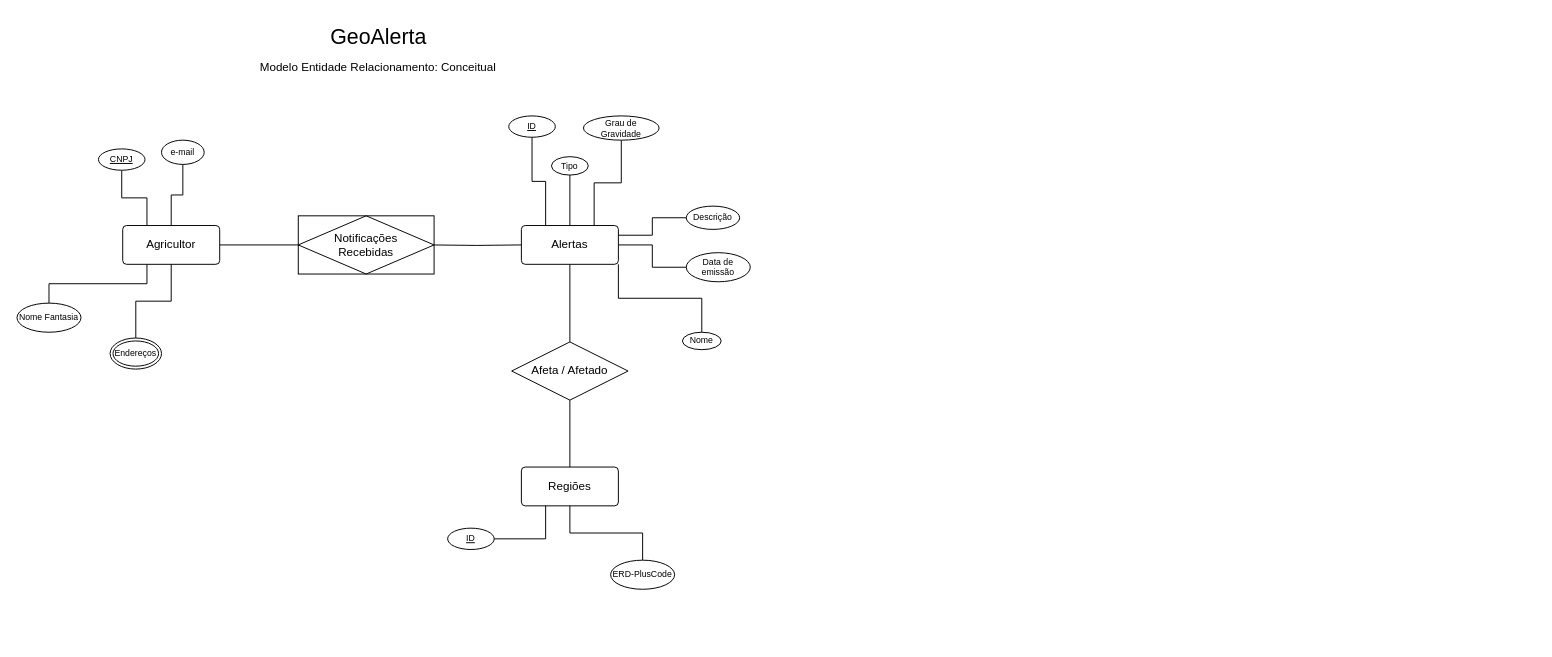
Above: page "Conceitual" (1 of 3) of docs/database-design/Diagrama-ER.drawio in Code-Masters-F/GeoAlerta (draw.io), before the change. Source tidied: cells renumbered, new cells numbered last; positions are measured from the earlier drawing's top-left corner, leaving out a move shared by most shapes. Both pictures are drawn from the tidied source at 97%, with x=0, y=0 at pixel (16, 19).
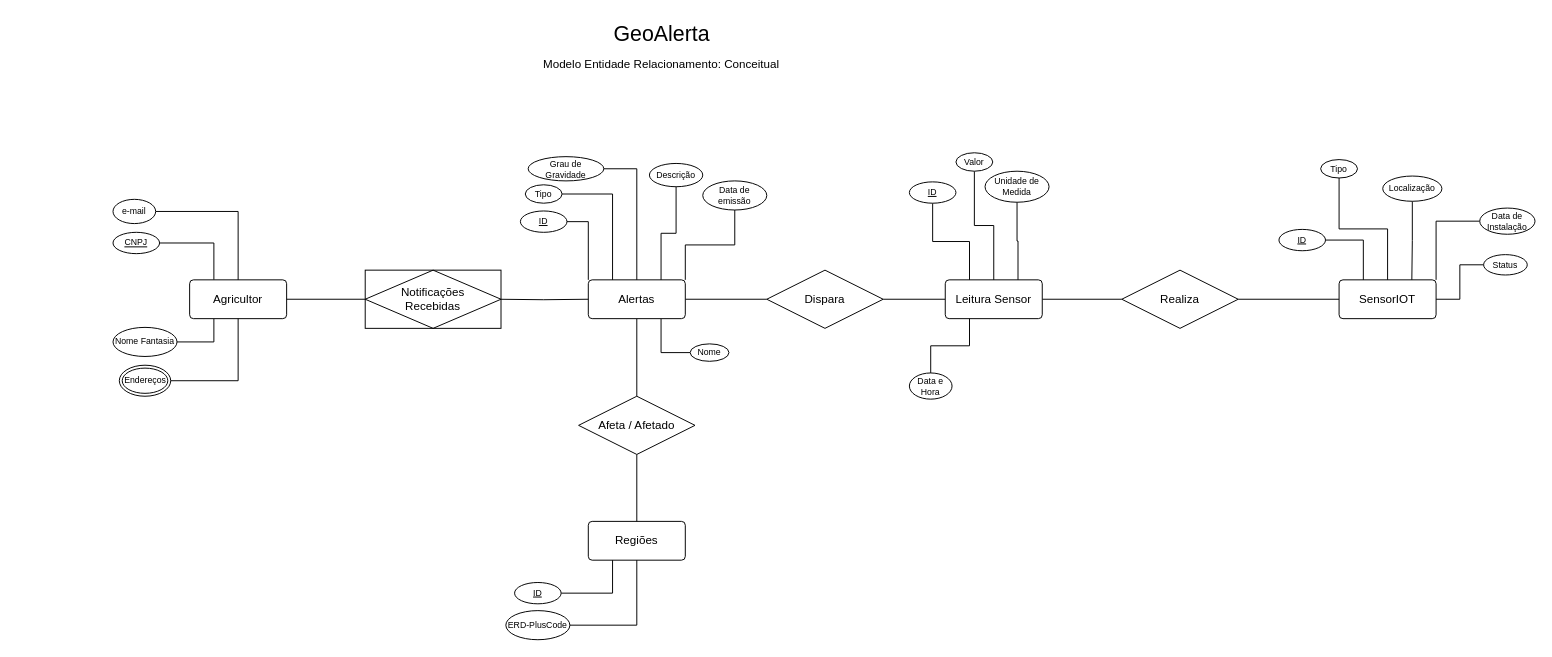
Above is the later version.

What changed in the source:
```diff
@@
-    <mxCell id="2" style="edgeStyle=orthogonalEdgeStyle;rounded=0;jettySize=auto;html=1;exitX=0.25;exitY=0;exitDx=0;exitDy=0;endArrow=none;endFill=0;" parent="1" edge="1" source="4" target="11">
+    <mxCell id="2" style="edgeStyle=orthogonalEdgeStyle;rounded=0;jettySize=auto;html=1;exitX=0.25;exitY=0;exitDx=0;exitDy=0;endArrow=none;endFill=0;entryX=1;entryY=0.5;entryDx=0;entryDy=0;" parent="1" edge="1" source="4" target="11">
       <mxGeometry relative="1" as="geometry" />
     </mxCell>
-    <mxCell id="3" style="edgeStyle=orthogonalEdgeStyle;rounded=0;jettySize=auto;html=1;exitX=0.25;exitY=1;exitDx=0;exitDy=0;entryX=0.5;entryY=0;entryDx=0;entryDy=0;endArrow=none;endFill=0;" parent="1" edge="1" source="4" target="12">
+    <mxCell id="3" style="edgeStyle=orthogonalEdgeStyle;rounded=0;jettySize=auto;html=1;exitX=0.25;exitY=1;exitDx=0;exitDy=0;entryX=1;entryY=0.5;entryDx=0;entryDy=0;endArrow=none;endFill=0;" parent="1" edge="1" source="4" target="12">
       <mxGeometry relative="1" as="geometry" />
     </mxCell>
     <mxCell id="4" value="Agricultor" style="rounded=1;arcSize=10;whiteSpace=wrap;html=1;align=center;" parent="1" vertex="1">
-      <mxGeometry x="109" y="212" width="100" height="40" as="geometry" />
+      <mxGeometry x="178" y="268" width="100" height="40" as="geometry" />
     </mxCell>
-    <mxCell id="5" style="edgeStyle=orthogonalEdgeStyle;rounded=0;jettySize=auto;html=1;exitX=1;exitY=1;exitDx=0;exitDy=0;entryX=0.5;entryY=0;entryDx=0;entryDy=0;endArrow=none;endFill=0;" parent="1" edge="1" source="8" target="17">
+    <mxCell id="5" style="edgeStyle=orthogonalEdgeStyle;rounded=0;jettySize=auto;html=1;exitX=0.75;exitY=1;exitDx=0;exitDy=0;entryX=0;entryY=0.5;entryDx=0;entryDy=0;endArrow=none;endFill=0;" parent="1" edge="1" source="8" target="17">
       <mxGeometry relative="1" as="geometry" />
     </mxCell>
-    <mxCell id="6" style="edgeStyle=orthogonalEdgeStyle;rounded=0;jettySize=auto;html=1;exitX=1;exitY=0.5;exitDx=0;exitDy=0;endArrow=none;endFill=0;" parent="1" edge="1" source="8" target="20">
+    <mxCell id="6" style="edgeStyle=orthogonalEdgeStyle;rounded=0;jettySize=auto;html=1;exitX=1;exitY=0;exitDx=0;exitDy=0;endArrow=none;endFill=0;" parent="1" edge="1" source="8" target="20">
       <mxGeometry relative="1" as="geometry" />
     </mxCell>
@@
+    <mxCell id="37" style="edgeStyle=orthogonalEdgeStyle;rounded=0;jettySize=auto;html=1;entryX=0;entryY=0.5;entryDx=0;entryDy=0;endArrow=none;endFill=0;" parent="1" edge="1" source="8" target="46">
+      <mxGeometry relative="1" as="geometry" />
+    </mxCell>
     <mxCell id="8" value="Alertas" style="rounded=1;arcSize=10;whiteSpace=wrap;html=1;align=center;" parent="1" vertex="1">
-      <mxGeometry x="520" y="212" width="100" height="40" as="geometry" />
+      <mxGeometry x="589" y="268" width="100" height="40" as="geometry" />
     </mxCell>
     <mxCell id="9" style="edgeStyle=orthogonalEdgeStyle;rounded=0;jettySize=auto;html=1;endArrow=none;endFill=0;" parent="1" edge="1" target="8">
       <mxGeometry relative="1" as="geometry">
-        <mxPoint x="427" y="232" as="sourcePoint" />
+        <mxPoint x="496" y="288" as="sourcePoint" />
       </mxGeometry>
     </mxCell>
     <mxCell id="10" style="endArrow=none;html=1;rounded=0;exitX=1;exitY=0.5;exitDx=0;exitDy=0;entryX=0;entryY=0.5;entryDx=0;entryDy=0;" parent="1" edge="1" source="4">
       <mxGeometry relative="1" as="geometry">
-        <mxPoint x="307" y="232" as="targetPoint" />
+        <mxPoint x="376" y="288" as="targetPoint" />
       </mxGeometry>
     </mxCell>
     <mxCell id="11" value="CNPJ" style="ellipse;whiteSpace=wrap;html=1;align=center;fontStyle=4;fontSize=9;" parent="1" vertex="1">
-      <mxGeometry x="84" y="133" width="48" height="22" as="geometry" />
+      <mxGeometry x="99" y="219" width="48" height="22" as="geometry" />
     </mxCell>
     <mxCell id="12" value="Nome Fantasia" style="ellipse;whiteSpace=wrap;html=1;align=center;fontSize=9;" parent="1" vertex="1">
-      <mxGeometry y="292" width="66" height="30" as="geometry" />
+      <mxGeometry x="99" y="317" width="66" height="30" as="geometry" />
     </mxCell>
     <mxCell id="13" value="GeoAlerta" style="text;html=1;whiteSpace=wrap;strokeColor=none;fillColor=none;align=center;verticalAlign=middle;rounded=0;fontSize=22;" parent="1" vertex="1">
-      <mxGeometry x="319.5" width="106" height="36" as="geometry" />
+      <mxGeometry x="611.5" y="-3" width="106" height="36" as="geometry" />
     </mxCell>
     <mxCell id="14" value="Modelo Entidade Relacionamento: Conceitual" style="text;html=1;whiteSpace=wrap;strokeColor=none;fillColor=none;align=center;verticalAlign=middle;rounded=0;" parent="1" vertex="1">
-      <mxGeometry x="245" y="36" width="255" height="26" as="geometry" />
+      <mxGeometry x="537" y="33" width="255" height="26" as="geometry" />
     </mxCell>
-    <mxCell id="15" style="edgeStyle=orthogonalEdgeStyle;rounded=0;jettySize=auto;html=1;entryX=0.25;entryY=0;entryDx=0;entryDy=0;endArrow=none;endFill=0;" parent="1" edge="1" source="16" target="8">
+    <mxCell id="15" style="edgeStyle=orthogonalEdgeStyle;rounded=0;jettySize=auto;html=1;entryX=0;entryY=0;entryDx=0;entryDy=0;endArrow=none;endFill=0;" parent="1" edge="1" source="16" target="8">
       <mxGeometry relative="1" as="geometry" />
     </mxCell>
     <mxCell id="16" value="ID" style="ellipse;whiteSpace=wrap;html=1;align=center;fontStyle=4;fontSize=9;" parent="1" vertex="1">
-      <mxGeometry x="507" y="99" width="48" height="22" as="geometry" />
+      <mxGeometry x="519" y="197" width="48" height="22" as="geometry" />
     </mxCell>
     <mxCell id="17" value="Nome" style="ellipse;whiteSpace=wrap;html=1;align=center;fontSize=9;" parent="1" vertex="1">
-      <mxGeometry x="686" y="322" width="40" height="18" as="geometry" />
+      <mxGeometry x="694" y="334" width="40" height="18" as="geometry" />
     </mxCell>
-    <mxCell id="18" style="edgeStyle=orthogonalEdgeStyle;rounded=0;jettySize=auto;html=1;entryX=0.5;entryY=0;entryDx=0;entryDy=0;endArrow=none;endFill=0;" parent="1" edge="1" source="19" target="8">
+    <mxCell id="18" style="edgeStyle=orthogonalEdgeStyle;rounded=0;jettySize=auto;html=1;entryX=0.25;entryY=0;entryDx=0;entryDy=0;endArrow=none;endFill=0;exitX=1;exitY=0.5;exitDx=0;exitDy=0;" parent="1" edge="1" source="19" target="8">
       <mxGeometry relative="1" as="geometry" />
     </mxCell>
     <mxCell id="19" value="Tipo" style="ellipse;whiteSpace=wrap;html=1;align=center;fontSize=9;" parent="1" vertex="1">
-      <mxGeometry x="551" y="141" width="38" height="19" as="geometry" />
+      <mxGeometry x="524" y="170" width="38" height="19" as="geometry" />
     </mxCell>
     <mxCell id="20" value="Data de emissão" style="ellipse;whiteSpace=wrap;html=1;align=center;fontSize=9;" parent="1" vertex="1">
-      <mxGeometry x="690" y="240" width="66" height="30" as="geometry" />
+      <mxGeometry x="707" y="166" width="66" height="30" as="geometry" />
     </mxCell>
@@
     <mxCell id="22" value="e-mail" style="ellipse;whiteSpace=wrap;html=1;align=center;fontSize=9;" parent="1" vertex="1">
-      <mxGeometry x="149" y="124" width="44" height="25" as="geometry" />
+      <mxGeometry x="99" y="185" width="44" height="25" as="geometry" />
     </mxCell>
-    <mxCell id="23" style="edgeStyle=orthogonalEdgeStyle;rounded=0;jettySize=auto;html=1;entryX=0.75;entryY=0;entryDx=0;entryDy=0;endArrow=none;endFill=0;" parent="1" edge="1" source="24" target="8">
+    <mxCell id="23" style="edgeStyle=orthogonalEdgeStyle;rounded=0;jettySize=auto;html=1;entryX=0.5;entryY=0;entryDx=0;entryDy=0;endArrow=none;endFill=0;exitX=1;exitY=0.5;exitDx=0;exitDy=0;" parent="1" edge="1" source="24" target="8">
       <mxGeometry relative="1" as="geometry" />
     </mxCell>
     <mxCell id="24" value="Grau de Gravidade" style="ellipse;whiteSpace=wrap;html=1;align=center;fontSize=9;" parent="1" vertex="1">
-      <mxGeometry x="584" y="99" width="78" height="25" as="geometry" />
+      <mxGeometry x="527" y="141" width="78" height="25" as="geometry" />
     </mxCell>
-    <mxCell id="25" style="edgeStyle=orthogonalEdgeStyle;rounded=0;jettySize=auto;html=1;entryX=1;entryY=0.25;entryDx=0;entryDy=0;endArrow=none;endFill=0;" parent="1" edge="1" source="26" target="8">
+    <mxCell id="25" style="edgeStyle=orthogonalEdgeStyle;rounded=0;jettySize=auto;html=1;entryX=0.75;entryY=0;entryDx=0;entryDy=0;endArrow=none;endFill=0;" parent="1" edge="1" source="26" target="8">
       <mxGeometry relative="1" as="geometry" />
     </mxCell>
     <mxCell id="26" value="Descrição" style="ellipse;whiteSpace=wrap;html=1;align=center;fontSize=9;" parent="1" vertex="1">
-      <mxGeometry x="690" y="192" width="55" height="24" as="geometry" />
+      <mxGeometry x="652" y="148" width="55" height="24" as="geometry" />
     </mxCell>
     <mxCell id="27" value="Regiões" style="rounded=1;arcSize=10;whiteSpace=wrap;html=1;align=center;" parent="1" vertex="1">
-      <mxGeometry x="520" y="461" width="100" height="40" as="geometry" />
+      <mxGeometry x="589" y="517" width="100" height="40" as="geometry" />
     </mxCell>
@@
     <mxCell id="29" value="Afeta / Afetado" style="shape=rhombus;perimeter=rhombusPerimeter;whiteSpace=wrap;html=1;align=center;" parent="1" vertex="1">
-      <mxGeometry x="510" y="332" width="120" height="60" as="geometry" />
+      <mxGeometry x="579" y="388" width="120" height="60" as="geometry" />
     </mxCell>
-    <mxCell id="30" style="edgeStyle=orthogonalEdgeStyle;rounded=0;jettySize=auto;html=1;entryX=0.5;entryY=1;entryDx=0;entryDy=0;endArrow=none;endFill=0;exitX=0.5;exitY=0;exitDx=0;exitDy=0;" parent="1" edge="1" source="36" target="4">
+    <mxCell id="30" style="edgeStyle=orthogonalEdgeStyle;rounded=0;jettySize=auto;html=1;entryX=0.5;entryY=1;entryDx=0;entryDy=0;endArrow=none;endFill=0;exitX=1;exitY=0.5;exitDx=0;exitDy=0;" parent="1" edge="1" source="36" target="4">
       <mxGeometry relative="1" as="geometry" />
     </mxCell>
@@
     <mxCell id="32" value="ERD-PlusCode" style="ellipse;whiteSpace=wrap;html=1;align=center;fontSize=9;" parent="1" vertex="1">
-      <mxGeometry x="612" y="557" width="66" height="30" as="geometry" />
+      <mxGeometry x="504" y="609" width="66" height="30" as="geometry" />
     </mxCell>
@@
     <mxCell id="34" value="ID" style="ellipse;whiteSpace=wrap;html=1;align=center;fontStyle=4;fontSize=9;" parent="1" vertex="1">
-      <mxGeometry x="444" y="524" width="48" height="22" as="geometry" />
+      <mxGeometry x="513" y="580" width="48" height="22" as="geometry" />
     </mxCell>
     <mxCell id="35" value="Notificações&lt;div&gt;Recebidas&lt;/div&gt;" style="shape=associativeEntity;whiteSpace=wrap;html=1;align=center;" parent="1" vertex="1">
-      <mxGeometry x="290" y="202" width="140" height="60" as="geometry" />
+      <mxGeometry x="359" y="258" width="140" height="60" as="geometry" />
     </mxCell>
     <mxCell id="36" value="Endereços" style="ellipse;shape=doubleEllipse;margin=3;whiteSpace=wrap;html=1;align=center;fontSize=9;" parent="1" vertex="1">
-      <mxGeometry x="96" y="328" width="53" height="32" as="geometry" />
+      <mxGeometry x="105.5" y="356" width="53" height="32" as="geometry" />
     </mxCell>
+    <mxCell id="38" value="SensorIOT" style="rounded=1;arcSize=10;whiteSpace=wrap;html=1;align=center;" parent="1" vertex="1">
+      <mxGeometry x="1363" y="268" width="100" height="40" as="geometry" />
+    </mxCell>
+    <mxCell id="39" style="edgeStyle=orthogonalEdgeStyle;rounded=0;jettySize=auto;html=1;entryX=0.25;entryY=0;entryDx=0;entryDy=0;endArrow=none;endFill=0;exitX=1;exitY=0.5;exitDx=0;exitDy=0;" parent="1" edge="1" source="40" target="38">
+      <mxGeometry relative="1" as="geometry" />
+    </mxCell>
+    <mxCell id="40" value="ID" style="ellipse;whiteSpace=wrap;html=1;align=center;fontStyle=4;fontSize=9;" parent="1" vertex="1">
+      <mxGeometry x="1301" y="216" width="48" height="22" as="geometry" />
+    </mxCell>
+    <mxCell id="41" style="edgeStyle=orthogonalEdgeStyle;rounded=0;jettySize=auto;html=1;entryX=0.5;entryY=0;entryDx=0;entryDy=0;endArrow=none;endFill=0;" parent="1" edge="1" source="42" target="38">
+      <mxGeometry relative="1" as="geometry" />
+    </mxCell>
+    <mxCell id="42" value="Tipo" style="ellipse;whiteSpace=wrap;html=1;align=center;fontSize=9;" parent="1" vertex="1">
+      <mxGeometry x="1344" y="144" width="38" height="19" as="geometry" />
+    </mxCell>
+    <mxCell id="43" style="edgeStyle=orthogonalEdgeStyle;rounded=0;jettySize=auto;html=1;entryX=0.75;entryY=0;entryDx=0;entryDy=0;endArrow=none;endFill=0;" parent="1" edge="1" source="44" target="38">
+      <mxGeometry relative="1" as="geometry" />
+    </mxCell>
+    <mxCell id="44" value="Localização" style="ellipse;whiteSpace=wrap;html=1;align=center;fontSize=9;" parent="1" vertex="1">
+      <mxGeometry x="1408" y="161" width="61" height="26" as="geometry" />
+    </mxCell>
+    <mxCell id="45" style="edgeStyle=orthogonalEdgeStyle;rounded=0;jettySize=auto;html=1;entryX=0;entryY=0.5;entryDx=0;entryDy=0;endArrow=none;endFill=0;" parent="1" edge="1" source="46" target="52">
+      <mxGeometry relative="1" as="geometry" />
+    </mxCell>
+    <mxCell id="46" value="Dispara" style="shape=rhombus;perimeter=rhombusPerimeter;whiteSpace=wrap;html=1;align=center;" parent="1" vertex="1">
+      <mxGeometry x="773" y="258" width="120" height="60" as="geometry" />
+    </mxCell>
+    <mxCell id="47" style="edgeStyle=orthogonalEdgeStyle;rounded=0;jettySize=auto;html=1;entryX=1;entryY=0;entryDx=0;entryDy=0;endArrow=none;endFill=0;" parent="1" edge="1" source="48" target="38">
+      <mxGeometry relative="1" as="geometry" />
+    </mxCell>
+    <mxCell id="48" value="Data de Instalação" style="ellipse;whiteSpace=wrap;html=1;align=center;fontSize=9;" parent="1" vertex="1">
+      <mxGeometry x="1508" y="194" width="57" height="27" as="geometry" />
+    </mxCell>
+    <mxCell id="49" style="edgeStyle=orthogonalEdgeStyle;rounded=0;jettySize=auto;html=1;entryX=1;entryY=0.5;entryDx=0;entryDy=0;endArrow=none;endFill=0;" parent="1" edge="1" source="50" target="38">
+      <mxGeometry relative="1" as="geometry" />
+    </mxCell>
+    <mxCell id="50" value="Status" style="ellipse;whiteSpace=wrap;html=1;align=center;fontSize=9;" parent="1" vertex="1">
+      <mxGeometry x="1512" y="242" width="45" height="21" as="geometry" />
+    </mxCell>
+    <mxCell id="51" style="edgeStyle=orthogonalEdgeStyle;rounded=0;jettySize=auto;html=1;entryX=0;entryY=0.5;entryDx=0;entryDy=0;endArrow=none;endFill=0;" parent="1" edge="1" source="52" target="62">
+      <mxGeometry relative="1" as="geometry" />
+    </mxCell>
+    <mxCell id="52" value="Leitura Sensor" style="rounded=1;arcSize=10;whiteSpace=wrap;html=1;align=center;" parent="1" vertex="1">
+      <mxGeometry x="957" y="268" width="100" height="40" as="geometry" />
+    </mxCell>
+    <mxCell id="53" style="edgeStyle=orthogonalEdgeStyle;rounded=0;jettySize=auto;html=1;entryX=0.25;entryY=0;entryDx=0;entryDy=0;endArrow=none;endFill=0;" parent="1" edge="1" source="54" target="52">
+      <mxGeometry relative="1" as="geometry" />
+    </mxCell>
+    <mxCell id="54" value="ID" style="ellipse;whiteSpace=wrap;html=1;align=center;fontStyle=4;fontSize=9;" parent="1" vertex="1">
+      <mxGeometry x="920" y="167" width="48" height="22" as="geometry" />
+    </mxCell>
+    <mxCell id="55" style="edgeStyle=orthogonalEdgeStyle;rounded=0;jettySize=auto;html=1;entryX=0.5;entryY=0;entryDx=0;entryDy=0;endArrow=none;endFill=0;" parent="1" edge="1" source="56" target="52">
+      <mxGeometry relative="1" as="geometry" />
+    </mxCell>
+    <mxCell id="56" value="Valor" style="ellipse;whiteSpace=wrap;html=1;align=center;fontSize=9;" parent="1" vertex="1">
+      <mxGeometry x="968" y="137" width="38" height="19" as="geometry" />
+    </mxCell>
+    <mxCell id="57" style="edgeStyle=orthogonalEdgeStyle;rounded=0;jettySize=auto;html=1;entryX=0.75;entryY=0;entryDx=0;entryDy=0;endArrow=none;endFill=0;" parent="1" edge="1" source="58" target="52">
+      <mxGeometry relative="1" as="geometry" />
+    </mxCell>
+    <mxCell id="58" value="Unidade de Medida" style="ellipse;whiteSpace=wrap;html=1;align=center;fontSize=9;" parent="1" vertex="1">
+      <mxGeometry x="998" y="156" width="66" height="32" as="geometry" />
+    </mxCell>
+    <mxCell id="59" style="edgeStyle=orthogonalEdgeStyle;rounded=0;jettySize=auto;html=1;entryX=0.25;entryY=1;entryDx=0;entryDy=0;endArrow=none;endFill=0;" parent="1" edge="1" source="60" target="52">
+      <mxGeometry relative="1" as="geometry" />
+    </mxCell>
+    <mxCell id="60" value="Data e Hora" style="ellipse;whiteSpace=wrap;html=1;align=center;fontSize=9;" parent="1" vertex="1">
+      <mxGeometry x="920" y="364" width="44" height="27" as="geometry" />
+    </mxCell>
+    <mxCell id="61" style="edgeStyle=orthogonalEdgeStyle;rounded=0;jettySize=auto;html=1;entryX=0;entryY=0.5;entryDx=0;entryDy=0;endArrow=none;endFill=0;" parent="1" edge="1" source="62" target="38">
+      <mxGeometry relative="1" as="geometry" />
+    </mxCell>
+    <mxCell id="62" value="Realiza" style="shape=rhombus;perimeter=rhombusPerimeter;whiteSpace=wrap;html=1;align=center;" parent="1" vertex="1">
+      <mxGeometry x="1139" y="258" width="120" height="60" as="geometry" />
+    </mxCell>
```
